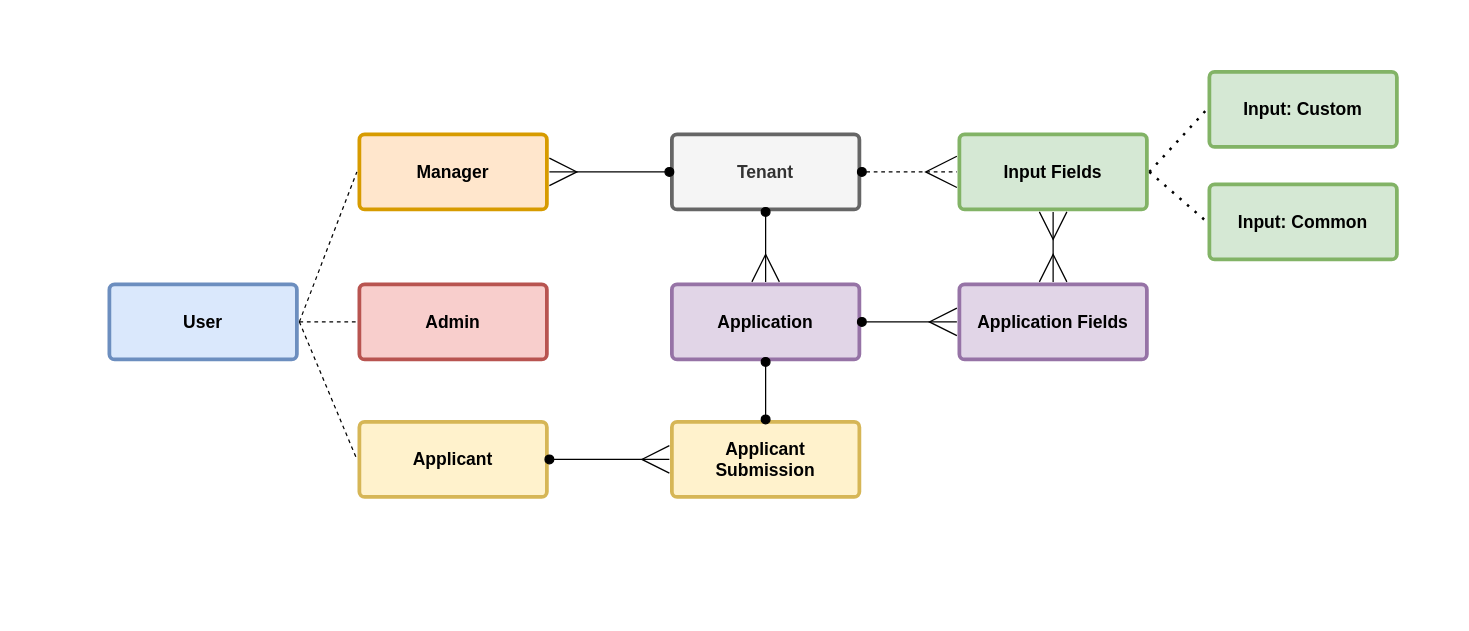
Above: assets/drawio/domain-objects.drawio in aaronsisler/applications.formula.docs (draw.io), before the change. Source tidied: cells renumbered, new cells numbered last; positions are measured from the earlier drawing's top-left corner, leaving out a move shared by most shapes. Both pictures are drawn from the tidied source at 125%, with x=0, y=0 at pixel (21, 21).
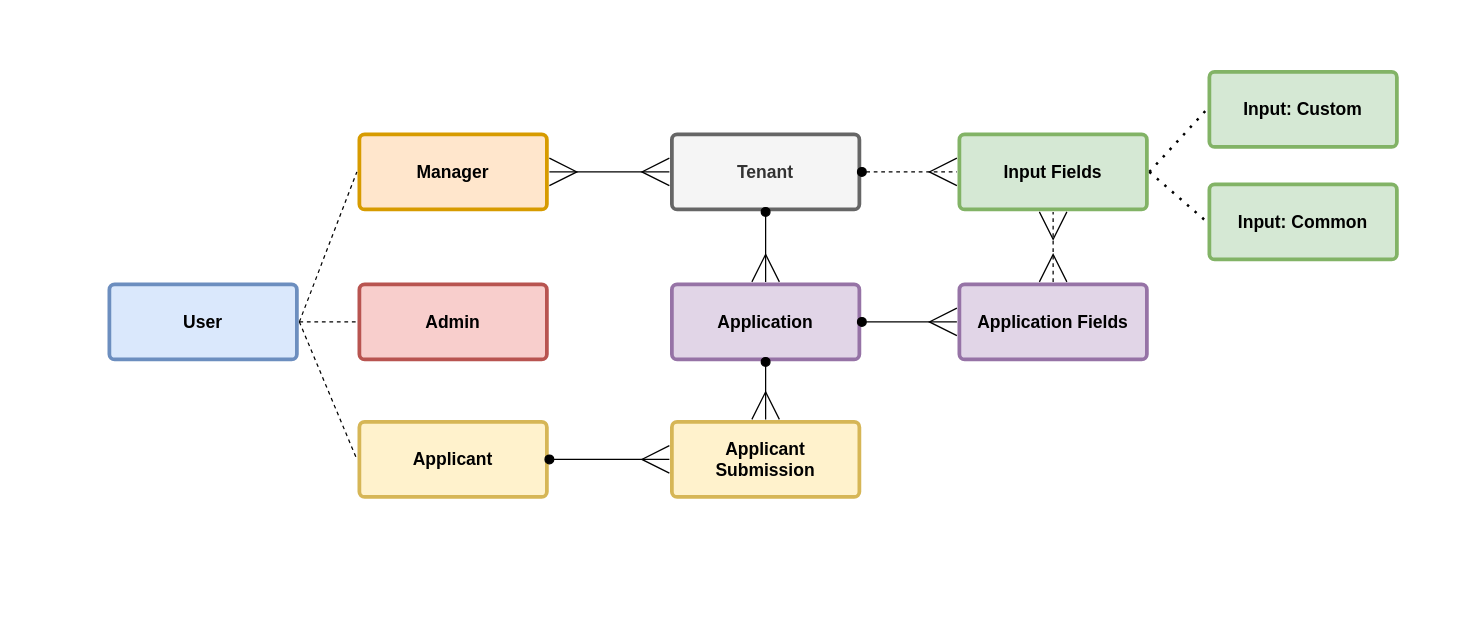
Above is the later version.

The change refers to these unchanged cells:
```xml
<mxCell id="4" value="Manager" style="rounded=1;whiteSpace=wrap;html=1;shadow=0;labelBackgroundColor=none;strokeColor=#d79b00;strokeWidth=3;fillColor=#ffe6cc;fontFamily=Helvetica;fontSize=14;align=center;spacing=5;fontStyle=1;arcSize=7;perimeterSpacing=2;" parent="1" vertex="1">
  <mxGeometry x="270" y="90" width="150" height="60" as="geometry" />
</mxCell>
<mxCell id="5" value="Tenant" style="rounded=1;whiteSpace=wrap;html=1;shadow=0;labelBackgroundColor=none;strokeColor=#666666;strokeWidth=3;fillColor=#f5f5f5;fontFamily=Helvetica;fontSize=14;fontColor=#333333;align=center;spacing=5;fontStyle=1;arcSize=7;perimeterSpacing=2;" parent="1" vertex="1">
  <mxGeometry x="520" y="90" width="150" height="60" as="geometry" />
</mxCell>
<mxCell id="7" value="Input Fields" style="rounded=1;whiteSpace=wrap;html=1;shadow=0;labelBackgroundColor=none;strokeColor=#82b366;strokeWidth=3;fillColor=#d5e8d4;fontFamily=Helvetica;fontSize=14;align=center;spacing=5;fontStyle=1;arcSize=7;perimeterSpacing=2;" parent="1" vertex="1">
  <mxGeometry x="750" y="90" width="150" height="60" as="geometry" />
</mxCell>
<mxCell id="8" value="Application" style="rounded=1;whiteSpace=wrap;html=1;shadow=0;labelBackgroundColor=none;strokeColor=#9673a6;strokeWidth=3;fillColor=#e1d5e7;fontFamily=Helvetica;fontSize=14;align=center;spacing=5;fontStyle=1;arcSize=7;perimeterSpacing=2;" parent="1" vertex="1">
  <mxGeometry x="520" y="210" width="150" height="60" as="geometry" />
</mxCell>
<mxCell id="12" value="Application Fields" style="rounded=1;whiteSpace=wrap;html=1;shadow=0;labelBackgroundColor=none;strokeColor=#9673a6;strokeWidth=3;fillColor=#e1d5e7;fontFamily=Helvetica;fontSize=14;align=center;spacing=5;fontStyle=1;arcSize=7;perimeterSpacing=2;" parent="1" vertex="1">
  <mxGeometry x="750" y="210" width="150" height="60" as="geometry" />
</mxCell>
<mxCell id="17" value="Applicant Submission" style="rounded=1;whiteSpace=wrap;html=1;shadow=0;labelBackgroundColor=none;strokeColor=#d6b656;strokeWidth=3;fillColor=#fff2cc;fontFamily=Helvetica;fontSize=14;align=center;spacing=5;fontStyle=1;arcSize=7;perimeterSpacing=2;" parent="1" vertex="1">
  <mxGeometry x="520" y="320" width="150" height="60" as="geometry" />
</mxCell>
```

Diff of the diagram source:
```diff
@@
-    <mxCell id="10" style="endArrow=ERmany;html=1;entryX=1;entryY=0.5;entryDx=0;entryDy=0;startArrow=oval;startFill=1;endFill=0;endSize=20;startSize=7;exitX=0;exitY=0.5;exitDx=0;exitDy=0;" parent="1" edge="1" source="5" target="4">
+    <mxCell id="10" style="endArrow=ERmany;html=1;entryX=1;entryY=0.5;entryDx=0;entryDy=0;startArrow=ERmany;startFill=0;endFill=0;endSize=20;startSize=20;exitX=0;exitY=0.5;exitDx=0;exitDy=0;" parent="1" edge="1" source="5" target="4">
       <mxGeometry relative="1" as="geometry" />
     </mxCell>
-    <mxCell id="11" style="endArrow=ERmany;html=1;exitX=1;exitY=0.5;exitDx=0;exitDy=0;entryX=0;entryY=0.5;entryDx=0;entryDy=0;startArrow=oval;startFill=1;endFill=0;endSize=23;startSize=7;dashed=1;" parent="1" edge="1" source="5" target="7">
+    <mxCell id="11" style="endArrow=ERmany;html=1;exitX=1;exitY=0.5;exitDx=0;exitDy=0;entryX=0;entryY=0.5;entryDx=0;entryDy=0;startArrow=oval;startFill=1;endFill=0;endSize=20;startSize=7;dashed=1;" parent="1" edge="1" source="5" target="7">
       <mxGeometry relative="1" as="geometry" />
     </mxCell>
@@
-    <mxCell id="18" style="endArrow=ERmany;html=1;entryX=0.5;entryY=1;entryDx=0;entryDy=0;startArrow=ERmany;startFill=0;endFill=0;endSize=20;startSize=20;exitX=0.5;exitY=0;exitDx=0;exitDy=0;" parent="1" edge="1" source="12" target="7">
+    <mxCell id="18" style="endArrow=ERmany;html=1;entryX=0.5;entryY=1;entryDx=0;entryDy=0;startArrow=ERmany;startFill=0;endFill=0;endSize=20;startSize=20;exitX=0.5;exitY=0;exitDx=0;exitDy=0;dashed=1;" parent="1" edge="1" source="12" target="7">
       <mxGeometry relative="1" as="geometry" />
     </mxCell>
@@
-    <mxCell id="20" style="endArrow=oval;html=1;exitX=0.5;exitY=1;exitDx=0;exitDy=0;entryX=0.5;entryY=0;entryDx=0;entryDy=0;startArrow=oval;startFill=1;endFill=1;endSize=7;startSize=7;" parent="1" edge="1" source="8" target="17">
+    <mxCell id="20" style="endArrow=ERmany;html=1;exitX=0.5;exitY=1;exitDx=0;exitDy=0;entryX=0.5;entryY=0;entryDx=0;entryDy=0;startArrow=oval;startFill=1;endFill=0;endSize=20;startSize=7;" parent="1" edge="1" source="8" target="17">
       <mxGeometry relative="1" as="geometry" />
     </mxCell>
```
